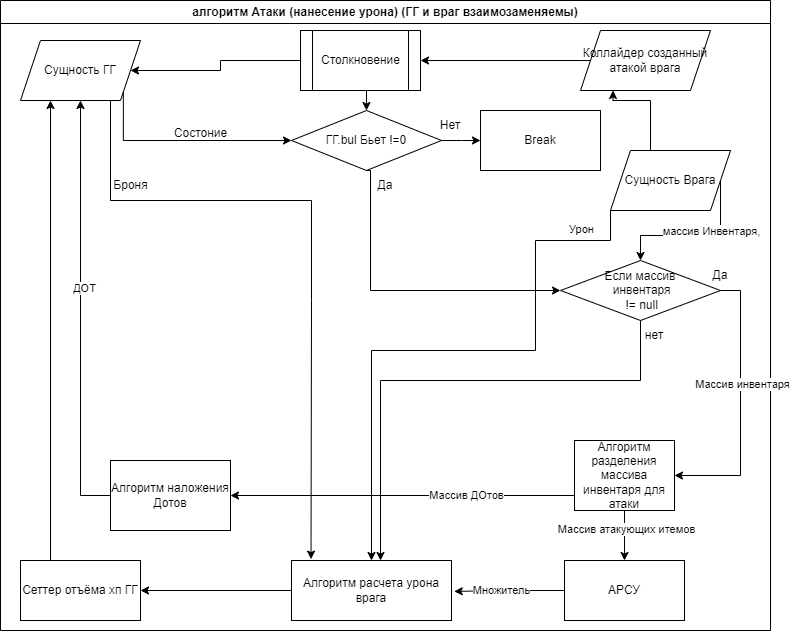
The draw.io diagram Архитектура/Алгоритм атаки.png in alstodont/unityArc, before a commit. Source tidied: cells renumbered, new cells last; positions are measured from the earlier drawing's top-left corner, leaving out a move shared by most shapes.
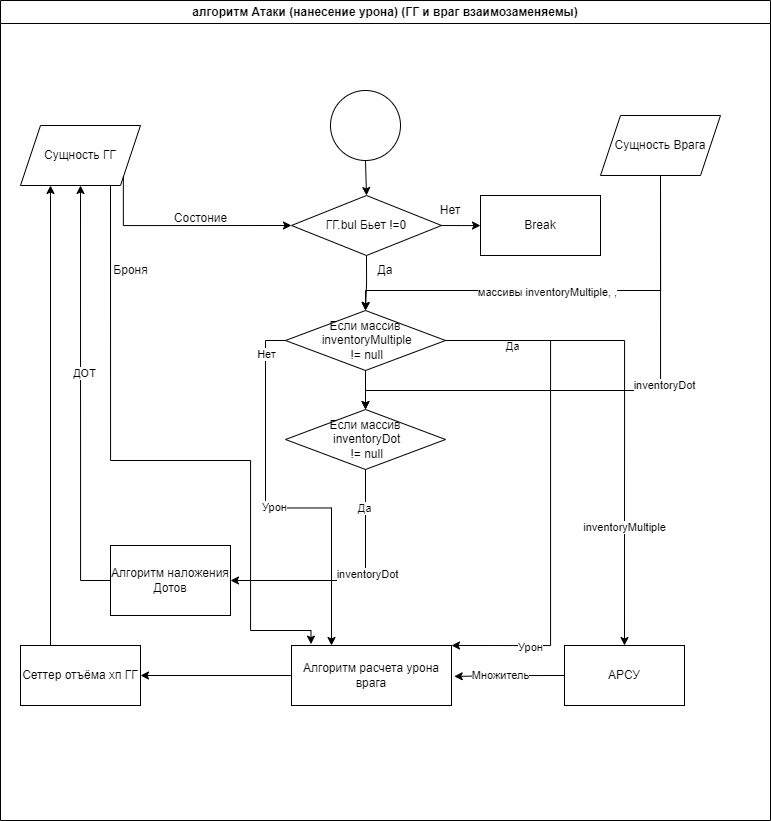
The same file after the commit.

Diff of the diagram source:
```diff
@@ -2,180 +2,179 @@
   <root>
     <mxCell id="0" />
     <mxCell id="1" parent="0" />
-    <mxCell id="2" style="group;" parent="1" vertex="1">
-      <mxGeometry width="770" height="630" as="geometry" />
-    </mxCell>
+    <mxCell id="47" style="group;" parent="1" vertex="1">
+      <mxGeometry x="-600" y="4960" width="770" height="820" as="geometry" />
+    </mxCell>
-    <mxCell id="3" value="алгоритм Атаки (нанесение урона) (ГГ и враг взаимозаменяемы)" style="swimlane;whiteSpace=wrap;html=1;startSize=23;" parent="2" vertex="1">
-      <mxGeometry width="770" height="630" as="geometry" />
+    <mxCell id="3" value="алгоритм Атаки (нанесение урона) (ГГ и враг взаимозаменяемы)" style="swimlane;whiteSpace=wrap;html=1;startSize=23;" parent="47" vertex="1">
+      <mxGeometry width="770" height="820" as="geometry" />
     </mxCell>
-    <mxCell id="4" value="ГГ.bul Бьет !=0" style="shape=rhombus;perimeter=rhombusPerimeter;whiteSpace=wrap;html=1;align=center;" parent="3" vertex="1">
-      <mxGeometry x="291" y="110" width="150" height="60" as="geometry" />
-    </mxCell>
-    <mxCell id="5" value="Да" style="text;html=1;strokeColor=none;fillColor=none;align=center;verticalAlign=middle;whiteSpace=wrap;rounded=0;" parent="3" vertex="1">
-      <mxGeometry x="355" y="170" width="60" height="30" as="geometry" />
-    </mxCell>
-    <mxCell id="6" value="Сущность Врага" style="shape=parallelogram;perimeter=parallelogramPerimeter;whiteSpace=wrap;html=1;fixedSize=1;" parent="3" vertex="1">
-      <mxGeometry x="610" y="150" width="120" height="60" as="geometry" />
-    </mxCell>
-    <mxCell id="7" value="Break" style="rounded=0;whiteSpace=wrap;html=1;" parent="3" vertex="1">
-      <mxGeometry x="480" y="110" width="120" height="60" as="geometry" />
-    </mxCell>
-    <mxCell id="8" style="edgeStyle=orthogonalEdgeStyle;rounded=0;jettySize=auto;html=1;exitX=1;exitY=0.5;exitDx=0;exitDy=0;" parent="3" edge="1" source="4" target="7">
-      <mxGeometry relative="1" as="geometry" />
-    </mxCell>
-    <mxCell id="9" value="Нет" style="text;html=1;strokeColor=none;fillColor=none;align=center;verticalAlign=middle;whiteSpace=wrap;rounded=0;" parent="3" vertex="1">
-      <mxGeometry x="420" y="110" width="60" height="30" as="geometry" />
-    </mxCell>
-    <mxCell id="10" value="Столкновение" style="shape=process;whiteSpace=wrap;html=1;backgroundOutline=1;" parent="2" vertex="1">
-      <mxGeometry x="300" y="30" width="120" height="60" as="geometry" />
-    </mxCell>
+    <mxCell id="48" value="Если массив&lt;br&gt;&amp;nbsp;inventoryMultiple&lt;br&gt;&amp;nbsp;!= null" style="shape=rhombus;perimeter=rhombusPerimeter;whiteSpace=wrap;html=1;align=center;" parent="3" vertex="1">
+      <mxGeometry x="285" y="310" width="160" height="60" as="geometry" />
+    </mxCell>
+    <mxCell id="49" value="Если массив&lt;br&gt;&amp;nbsp;inventoryDot&lt;br&gt;&amp;nbsp;!= null" style="shape=rhombus;perimeter=rhombusPerimeter;whiteSpace=wrap;html=1;align=center;" parent="3" vertex="1">
+      <mxGeometry x="285" y="409" width="160" height="60" as="geometry" />
+    </mxCell>
+    <mxCell id="50" style="edgeStyle=orthogonalEdgeStyle;rounded=0;jettySize=auto;html=1;exitX=0.5;exitY=1;exitDx=0;exitDy=0;" parent="3" edge="1" source="48" target="49">
+      <mxGeometry relative="1" as="geometry" />
+    </mxCell>
+    <mxCell id="51" style="ellipse;whiteSpace=wrap;html=1;" parent="3" vertex="1">
+      <mxGeometry x="330" y="90" width="70" height="70" as="geometry" />
+    </mxCell>
-    <mxCell id="11" value="Сущность ГГ" style="shape=parallelogram;perimeter=parallelogramPerimeter;whiteSpace=wrap;html=1;fixedSize=1;" parent="2" vertex="1">
-      <mxGeometry x="20" y="40" width="120" height="60" as="geometry" />
+    <mxCell id="11" value="Сущность ГГ" style="shape=parallelogram;perimeter=parallelogramPerimeter;whiteSpace=wrap;html=1;fixedSize=1;" parent="3" vertex="1">
+      <mxGeometry x="20" y="125" width="120" height="60" as="geometry" />
     </mxCell>
-    <mxCell id="12" style="edgeStyle=orthogonalEdgeStyle;rounded=0;jettySize=auto;html=1;exitX=0;exitY=0.5;exitDx=0;exitDy=0;entryX=1;entryY=0.5;entryDx=0;entryDy=0;" parent="2" edge="1" source="10" target="11">
-      <mxGeometry relative="1" as="geometry" />
-    </mxCell>
-    <mxCell id="13" style="edgeStyle=orthogonalEdgeStyle;rounded=0;jettySize=auto;html=1;exitX=0;exitY=0.5;exitDx=0;exitDy=0;entryX=1;entryY=0.5;entryDx=0;entryDy=0;" parent="2" edge="1" source="14" target="10">
-      <mxGeometry relative="1" as="geometry" />
-    </mxCell>
-    <mxCell id="14" value="Коллайдер созданный атакой врага" style="shape=parallelogram;perimeter=parallelogramPerimeter;whiteSpace=wrap;html=1;fixedSize=1;" parent="2" vertex="1">
-      <mxGeometry x="580" y="30" width="130" height="60" as="geometry" />
-    </mxCell>
-    <mxCell id="15" style="edgeStyle=orthogonalEdgeStyle;rounded=0;jettySize=auto;html=1;exitX=0.25;exitY=0;exitDx=0;exitDy=0;entryX=0.25;entryY=1;entryDx=0;entryDy=0;" parent="2" edge="1" source="21" target="11">
+    <mxCell id="15" style="edgeStyle=orthogonalEdgeStyle;rounded=0;jettySize=auto;html=1;exitX=0.25;exitY=0;exitDx=0;exitDy=0;entryX=0.25;entryY=1;entryDx=0;entryDy=0;" parent="3" edge="1" source="21" target="11">
       <mxGeometry relative="1" as="geometry" />
     </mxCell>
-    <mxCell id="16" style="edgeStyle=orthogonalEdgeStyle;rounded=0;jettySize=auto;html=1;exitX=0;exitY=0.5;exitDx=0;exitDy=0;entryX=0.5;entryY=1;entryDx=0;entryDy=0;" parent="2" edge="1" source="28" target="11">
+    <mxCell id="16" style="edgeStyle=orthogonalEdgeStyle;rounded=0;jettySize=auto;html=1;exitX=0;exitY=0.5;exitDx=0;exitDy=0;entryX=0.5;entryY=1;entryDx=0;entryDy=0;" parent="3" edge="1" source="28" target="11">
       <mxGeometry relative="1" as="geometry" />
     </mxCell>
     <mxCell id="17" value="ДОТ" style="edgeLabel;html=1;align=center;verticalAlign=middle;" parent="16" vertex="1">
       <mxGeometry x="0.12" y="-3" relative="1" as="geometry" />
     </mxCell>
-    <mxCell id="18" value="Броня" style="text;html=1;align=center;verticalAlign=middle;strokeColor=none;fillColor=none;" parent="2" vertex="1">
-      <mxGeometry x="100" y="170" width="60" height="30" as="geometry" />
+    <mxCell id="18" value="Броня" style="text;html=1;align=center;verticalAlign=middle;strokeColor=none;fillColor=none;" parent="3" vertex="1">
+      <mxGeometry x="100" y="255" width="60" height="30" as="geometry" />
     </mxCell>
-    <mxCell id="19" style="edgeStyle=orthogonalEdgeStyle;rounded=0;jettySize=auto;html=1;exitX=1;exitY=0;exitDx=0;exitDy=0;entryX=0.25;entryY=1;entryDx=0;entryDy=0;" parent="2" edge="1" source="6" target="14">
-      <mxGeometry relative="1" as="geometry">
-        <Array as="points">
-          <mxPoint x="650" y="100" />
-          <mxPoint x="613" y="100" />
-        </Array>
-      </mxGeometry>
-    </mxCell>
-    <mxCell id="20" value="Состоние" style="text;html=1;align=center;verticalAlign=middle;strokeColor=none;fillColor=none;" parent="2" vertex="1">
-      <mxGeometry x="160" y="118" width="80" height="30" as="geometry" />
+    <mxCell id="20" value="Состоние" style="text;html=1;align=center;verticalAlign=middle;strokeColor=none;fillColor=none;" parent="3" vertex="1">
+      <mxGeometry x="160" y="203" width="80" height="30" as="geometry" />
     </mxCell>
-    <mxCell id="21" value="Сеттер отъёма хп ГГ" style="rounded=0;whiteSpace=wrap;html=1;" parent="2" vertex="1">
-      <mxGeometry x="20" y="560" width="120" height="60" as="geometry" />
+    <mxCell id="21" value="Сеттер отъёма хп ГГ" style="rounded=0;whiteSpace=wrap;html=1;" parent="3" vertex="1">
+      <mxGeometry x="20" y="645" width="120" height="60" as="geometry" />
     </mxCell>
-    <mxCell id="22" value="Алгоритм расчета урона врага" style="rounded=0;whiteSpace=wrap;html=1;" parent="2" vertex="1">
-      <mxGeometry x="291" y="560" width="160" height="60" as="geometry" />
+    <mxCell id="22" value="Алгоритм расчета урона врага" style="rounded=0;whiteSpace=wrap;html=1;" parent="3" vertex="1">
+      <mxGeometry x="291" y="645" width="160" height="60" as="geometry" />
     </mxCell>
-    <mxCell id="23" style="edgeStyle=orthogonalEdgeStyle;rounded=0;jettySize=auto;html=1;exitX=0.75;exitY=1;exitDx=0;exitDy=0;entryX=0.122;entryY=-0.023;entryDx=0;entryDy=0;entryPerimeter=0;" parent="2" edge="1" source="11" target="22">
+    <mxCell id="23" style="edgeStyle=orthogonalEdgeStyle;rounded=0;jettySize=auto;html=1;exitX=0.75;exitY=1;exitDx=0;exitDy=0;entryX=0.122;entryY=-0.023;entryDx=0;entryDy=0;entryPerimeter=0;" parent="3" edge="1" source="11" target="22">
       <mxGeometry relative="1" as="geometry">
         <Array as="points">
-          <mxPoint x="110" y="200" />
-          <mxPoint x="311" y="200" />
-          <mxPoint x="311" y="299" />
+          <mxPoint x="110" y="460" />
+          <mxPoint x="250" y="460" />
+          <mxPoint x="250" y="630" />
+          <mxPoint x="311" y="630" />
         </Array>
       </mxGeometry>
     </mxCell>
-    <mxCell id="24" style="edgeStyle=orthogonalEdgeStyle;rounded=0;jettySize=auto;html=1;exitX=0;exitY=0.5;exitDx=0;exitDy=0;entryX=1;entryY=0.5;entryDx=0;entryDy=0;" parent="2" edge="1" source="22" target="21">
+    <mxCell id="24" style="edgeStyle=orthogonalEdgeStyle;rounded=0;jettySize=auto;html=1;exitX=0;exitY=0.5;exitDx=0;exitDy=0;entryX=1;entryY=0.5;entryDx=0;entryDy=0;" parent="3" edge="1" source="22" target="21">
       <mxGeometry relative="1" as="geometry" />
     </mxCell>
-    <mxCell id="25" value="АРСУ" style="rounded=0;whiteSpace=wrap;html=1;" parent="2" vertex="1">
-      <mxGeometry x="564" y="560" width="120" height="60" as="geometry" />
+    <mxCell id="25" value="АРСУ" style="rounded=0;whiteSpace=wrap;html=1;" parent="3" vertex="1">
+      <mxGeometry x="564" y="645" width="120" height="60" as="geometry" />
     </mxCell>
-    <mxCell id="26" style="edgeStyle=orthogonalEdgeStyle;rounded=0;jettySize=auto;html=1;exitX=0;exitY=0.5;exitDx=0;exitDy=0;entryX=1.017;entryY=0.515;entryDx=0;entryDy=0;entryPerimeter=0;" parent="2" edge="1" source="25" target="22">
+    <mxCell id="26" style="edgeStyle=orthogonalEdgeStyle;rounded=0;jettySize=auto;html=1;exitX=0;exitY=0.5;exitDx=0;exitDy=0;entryX=1.017;entryY=0.515;entryDx=0;entryDy=0;entryPerimeter=0;" parent="3" edge="1" source="25" target="22">
       <mxGeometry relative="1" as="geometry" />
     </mxCell>
     <mxCell id="27" value="Множитель" style="edgeLabel;html=1;align=center;verticalAlign=middle;" parent="26" vertex="1">
       <mxGeometry x="0.17" y="-2" relative="1" as="geometry" />
     </mxCell>
-    <mxCell id="28" value="Алгоритм наложения Дотов" style="rounded=0;whiteSpace=wrap;html=1;" parent="2" vertex="1">
-      <mxGeometry x="110" y="460" width="120" height="70" as="geometry" />
+    <mxCell id="28" value="Алгоритм наложения Дотов" style="rounded=0;whiteSpace=wrap;html=1;" parent="3" vertex="1">
+      <mxGeometry x="110" y="545" width="120" height="70" as="geometry" />
     </mxCell>
-    <mxCell id="29" value="Алгоритм разделения массива инвентаря для атаки" style="rounded=0;whiteSpace=wrap;html=1;" parent="2" vertex="1">
-      <mxGeometry x="574" y="440" width="100" height="70" as="geometry" />
-    </mxCell>
-    <mxCell id="30" style="edgeStyle=orthogonalEdgeStyle;rounded=0;jettySize=auto;html=1;exitX=0.5;exitY=1;exitDx=0;exitDy=0;entryX=0.5;entryY=0;entryDx=0;entryDy=0;" parent="2" edge="1" source="29" target="25">
-      <mxGeometry relative="1" as="geometry" />
-    </mxCell>
-    <mxCell id="31" value="Массив атакующих итемов" style="edgeLabel;html=1;align=center;verticalAlign=middle;" parent="30" vertex="1">
-      <mxGeometry x="-0.26" y="1" relative="1" as="geometry" />
-    </mxCell>
-    <mxCell id="32" style="edgeStyle=orthogonalEdgeStyle;rounded=0;jettySize=auto;html=1;exitX=0;exitY=0.75;exitDx=0;exitDy=0;entryX=1;entryY=0.5;entryDx=0;entryDy=0;" parent="2" edge="1" source="29" target="28">
-      <mxGeometry relative="1" as="geometry">
-        <Array as="points">
-          <mxPoint x="574" y="495" />
-        </Array>
-      </mxGeometry>
-    </mxCell>
-    <mxCell id="33" value="Массив ДОтов" style="edgeLabel;html=1;align=center;verticalAlign=middle;" parent="32" vertex="1">
-      <mxGeometry x="-0.35" y="-1" relative="1" as="geometry" />
-    </mxCell>
-    <mxCell id="34" style="edgeStyle=orthogonalEdgeStyle;rounded=0;jettySize=auto;html=1;exitX=0;exitY=1;exitDx=0;exitDy=0;entryX=0.5;entryY=0;entryDx=0;entryDy=0;" parent="2" edge="1" source="6" target="22">
-      <mxGeometry relative="1" as="geometry">
-        <Array as="points">
-          <mxPoint x="610" y="240" />
-          <mxPoint x="535" y="240" />
-          <mxPoint x="535" y="350" />
-          <mxPoint x="371" y="350" />
-        </Array>
-      </mxGeometry>
-    </mxCell>
-    <mxCell id="35" value="Урон" style="edgeLabel;html=1;align=center;verticalAlign=middle;" parent="34" vertex="1">
-      <mxGeometry x="-0.63" relative="1" as="geometry">
-        <mxPoint x="45" y="-15" as="offset" />
-      </mxGeometry>
-    </mxCell>
-    <mxCell id="36" value="Если массив&lt;br&gt;&amp;nbsp;инвентаря&lt;br&gt;&amp;nbsp;!= null" style="shape=rhombus;perimeter=rhombusPerimeter;whiteSpace=wrap;html=1;align=center;" parent="2" vertex="1">
-      <mxGeometry x="560" y="260" width="160" height="60" as="geometry" />
-    </mxCell>
-    <mxCell id="37" style="edgeStyle=orthogonalEdgeStyle;rounded=0;jettySize=auto;html=1;exitX=0.5;exitY=1;exitDx=0;exitDy=0;" parent="2" edge="1" source="36" target="22">
-      <mxGeometry relative="1" as="geometry">
-        <Array as="points">
-          <mxPoint x="640" y="380" />
-          <mxPoint x="380" y="380" />
-        </Array>
-      </mxGeometry>
-    </mxCell>
-    <mxCell id="38" style="edgeStyle=orthogonalEdgeStyle;rounded=0;jettySize=auto;html=1;exitX=1;exitY=0.5;exitDx=0;exitDy=0;entryX=1;entryY=0.5;entryDx=0;entryDy=0;" parent="2" edge="1" source="36" target="29">
-      <mxGeometry relative="1" as="geometry" />
-    </mxCell>
-    <mxCell id="39" value="Массив инвентаря" style="edgeLabel;html=1;align=center;verticalAlign=middle;" parent="38" vertex="1">
-      <mxGeometry x="-0.16" y="1" relative="1" as="geometry" />
-    </mxCell>
-    <mxCell id="40" style="edgeStyle=orthogonalEdgeStyle;rounded=0;jettySize=auto;html=1;exitX=1;exitY=0.5;exitDx=0;exitDy=0;" parent="2" edge="1" source="6" target="36">
-      <mxGeometry relative="1" as="geometry" />
-    </mxCell>
-    <mxCell id="41" value="массив Инвентаря," style="edgeLabel;html=1;align=center;verticalAlign=middle;" parent="40" vertex="1">
-      <mxGeometry x="-0.39" y="-1" relative="1" as="geometry">
-        <mxPoint x="-9" y="2" as="offset" />
-      </mxGeometry>
-    </mxCell>
-    <mxCell id="42" value="Да" style="text;html=1;strokeColor=none;fillColor=none;align=center;verticalAlign=middle;whiteSpace=wrap;rounded=0;" parent="2" vertex="1">
-      <mxGeometry x="690" y="260" width="60" height="30" as="geometry" />
-    </mxCell>
-    <mxCell id="43" value="нет" style="text;html=1;strokeColor=none;fillColor=none;align=center;verticalAlign=middle;whiteSpace=wrap;rounded=0;" parent="2" vertex="1">
-      <mxGeometry x="624" y="320" width="60" height="30" as="geometry" />
-    </mxCell>
-    <mxCell id="44" style="edgeStyle=orthogonalEdgeStyle;rounded=0;jettySize=auto;html=1;exitX=0.5;exitY=1;exitDx=0;exitDy=0;entryX=0;entryY=0.5;entryDx=0;entryDy=0;" parent="2" edge="1" source="4" target="36">
-      <mxGeometry relative="1" as="geometry">
-        <Array as="points">
-          <mxPoint x="370" y="170" />
-          <mxPoint x="370" y="290" />
-        </Array>
-      </mxGeometry>
-    </mxCell>
-    <mxCell id="45" style="edgeStyle=orthogonalEdgeStyle;rounded=0;jettySize=auto;html=1;exitX=0.5;exitY=1;exitDx=0;exitDy=0;entryX=0.5;entryY=0;entryDx=0;entryDy=0;" parent="2" edge="1" source="10" target="4">
-      <mxGeometry relative="1" as="geometry" />
-    </mxCell>
+    <mxCell id="52" style="edgeStyle=orthogonalEdgeStyle;rounded=0;jettySize=auto;html=1;entryX=0.5;entryY=0;entryDx=0;entryDy=0;exitX=1;exitY=0.5;exitDx=0;exitDy=0;" parent="3" edge="1" source="48" target="25">
+      <mxGeometry relative="1" as="geometry">
+        <Array as="points">
+          <mxPoint x="624" y="340" />
+        </Array>
+      </mxGeometry>
+    </mxCell>
+    <mxCell id="53" value="Да" style="edgeLabel;html=1;align=center;verticalAlign=middle;" parent="52" vertex="1">
+      <mxGeometry x="-0.41" y="-1" relative="1" as="geometry">
+        <mxPoint x="-76" y="4" as="offset" />
+      </mxGeometry>
+    </mxCell>
+    <mxCell id="54" value="inventoryMultiple" style="edgeLabel;html=1;align=center;verticalAlign=middle;" parent="52" vertex="1">
+      <mxGeometry x="0.16" y="-1" relative="1" as="geometry">
+        <mxPoint y="84" as="offset" />
+      </mxGeometry>
+    </mxCell>
-    <mxCell id="46" style="edgeStyle=orthogonalEdgeStyle;rounded=0;jettySize=auto;html=1;exitX=1;exitY=1;exitDx=0;exitDy=0;entryX=0;entryY=0.5;entryDx=0;entryDy=0;" parent="2" edge="1" source="11" target="4">
+    <mxCell id="46" style="edgeStyle=orthogonalEdgeStyle;rounded=0;jettySize=auto;html=1;exitX=1;exitY=1;exitDx=0;exitDy=0;entryX=0;entryY=0.5;entryDx=0;entryDy=0;" parent="3" edge="1" source="11" target="4">
       <mxGeometry relative="1" as="geometry">
         <Array as="points">
-          <mxPoint x="123" y="140" />
+          <mxPoint x="123" y="225" />
         </Array>
       </mxGeometry>
     </mxCell>
+    <mxCell id="55" style="edgeStyle=orthogonalEdgeStyle;rounded=0;jettySize=auto;html=1;exitX=0.5;exitY=1;exitDx=0;exitDy=0;entryX=1;entryY=0.5;entryDx=0;entryDy=0;" parent="3" edge="1" source="49" target="28">
+      <mxGeometry relative="1" as="geometry" />
+    </mxCell>
+    <mxCell id="56" value="Да" style="edgeLabel;html=1;align=center;verticalAlign=middle;" parent="55" vertex="1">
+      <mxGeometry x="-0.68" y="-2" relative="1" as="geometry" />
+    </mxCell>
+    <mxCell id="57" value="inventoryDot" style="edgeLabel;html=1;align=center;verticalAlign=middle;" parent="55" vertex="1">
+      <mxGeometry x="-0.16" y="1" relative="1" as="geometry" />
+    </mxCell>
+    <mxCell id="58" style="edgeStyle=orthogonalEdgeStyle;rounded=0;jettySize=auto;html=1;exitX=0;exitY=0.5;exitDx=0;exitDy=0;entryX=0.25;entryY=0;entryDx=0;entryDy=0;" parent="3" edge="1" source="48" target="22">
+      <mxGeometry relative="1" as="geometry" />
+    </mxCell>
+    <mxCell id="59" value="Нет" style="edgeLabel;html=1;align=center;verticalAlign=middle;" parent="58" vertex="1">
+      <mxGeometry x="-0.83" y="-1" relative="1" as="geometry">
+        <mxPoint x="1" as="offset" />
+      </mxGeometry>
+    </mxCell>
+    <mxCell id="60" value="Урон" style="edgeLabel;html=1;align=center;verticalAlign=middle;" parent="58" vertex="1">
+      <mxGeometry relative="1" as="geometry">
+        <mxPoint y="-1" as="offset" />
+      </mxGeometry>
+    </mxCell>
+    <mxCell id="61" style="edgeStyle=orthogonalEdgeStyle;rounded=0;jettySize=auto;html=1;exitX=0.5;exitY=1;exitDx=0;exitDy=0;entryX=0.5;entryY=0;entryDx=0;entryDy=0;" parent="3" edge="1" source="4" target="48">
+      <mxGeometry relative="1" as="geometry" />
+    </mxCell>
+    <mxCell id="4" value="ГГ.bul Бьет !=0" style="shape=rhombus;perimeter=rhombusPerimeter;whiteSpace=wrap;html=1;align=center;" parent="3" vertex="1">
+      <mxGeometry x="291" y="195" width="150" height="60" as="geometry" />
+    </mxCell>
+    <mxCell id="62" value="Да" style="text;html=1;strokeColor=none;fillColor=none;align=center;verticalAlign=middle;whiteSpace=wrap;rounded=0;" parent="3" vertex="1">
+      <mxGeometry x="355" y="255" width="60" height="30" as="geometry" />
+    </mxCell>
+    <mxCell id="6" value="Сущность Врага" style="shape=parallelogram;perimeter=parallelogramPerimeter;whiteSpace=wrap;html=1;fixedSize=1;" parent="3" vertex="1">
+      <mxGeometry x="600" y="115" width="120" height="60" as="geometry" />
+    </mxCell>
+    <mxCell id="7" value="Break" style="rounded=0;whiteSpace=wrap;html=1;" parent="3" vertex="1">
+      <mxGeometry x="480" y="195" width="120" height="60" as="geometry" />
+    </mxCell>
+    <mxCell id="8" style="edgeStyle=orthogonalEdgeStyle;rounded=0;jettySize=auto;html=1;exitX=1;exitY=0.5;exitDx=0;exitDy=0;" parent="3" edge="1" source="4" target="7">
+      <mxGeometry relative="1" as="geometry" />
+    </mxCell>
+    <mxCell id="9" value="Нет" style="text;html=1;strokeColor=none;fillColor=none;align=center;verticalAlign=middle;whiteSpace=wrap;rounded=0;" parent="3" vertex="1">
+      <mxGeometry x="420" y="195" width="60" height="30" as="geometry" />
+    </mxCell>
+    <mxCell id="63" style="edgeStyle=orthogonalEdgeStyle;rounded=0;jettySize=auto;html=1;exitX=0.5;exitY=1;exitDx=0;exitDy=0;entryX=0.5;entryY=0;entryDx=0;entryDy=0;" parent="3" edge="1" source="6" target="48">
+      <mxGeometry relative="1" as="geometry">
+        <Array as="points">
+          <mxPoint x="660" y="290" />
+          <mxPoint x="365" y="290" />
+        </Array>
+      </mxGeometry>
+    </mxCell>
+    <mxCell id="64" value="массивы&amp;nbsp;inventoryMultiple, ," style="edgeLabel;html=1;align=center;verticalAlign=middle;" parent="63" vertex="1">
+      <mxGeometry x="-0.39" y="-1" relative="1" as="geometry">
+        <mxPoint x="-98" y="2" as="offset" />
+      </mxGeometry>
+    </mxCell>
+    <mxCell id="65" style="edgeStyle=orthogonalEdgeStyle;rounded=0;jettySize=auto;html=1;exitX=0.5;exitY=1;exitDx=0;exitDy=0;entryX=0.5;entryY=0;entryDx=0;entryDy=0;" parent="3" edge="1" source="6" target="49">
+      <mxGeometry relative="1" as="geometry">
+        <Array as="points">
+          <mxPoint x="660" y="390" />
+          <mxPoint x="365" y="390" />
+        </Array>
+      </mxGeometry>
+    </mxCell>
+    <mxCell id="66" value="inventoryDot" style="edgeLabel;html=1;align=center;verticalAlign=middle;" parent="65" vertex="1">
+      <mxGeometry x="-0.21" y="2" relative="1" as="geometry">
+        <mxPoint x="1" as="offset" />
+      </mxGeometry>
+    </mxCell>
+    <mxCell id="67" style="edgeStyle=orthogonalEdgeStyle;rounded=0;jettySize=auto;html=1;exitX=1;exitY=0.5;exitDx=0;exitDy=0;entryX=1;entryY=0;entryDx=0;entryDy=0;" parent="3" edge="1" source="48" target="22">
+      <mxGeometry relative="1" as="geometry">
+        <Array as="points">
+          <mxPoint x="550" y="340" />
+          <mxPoint x="550" y="645" />
+        </Array>
+      </mxGeometry>
+    </mxCell>
+    <mxCell id="68" value="Урон" style="edgeLabel;html=1;align=center;verticalAlign=middle;" parent="67" vertex="1">
+      <mxGeometry x="0.69" y="1" relative="1" as="geometry" />
+    </mxCell>
+    <mxCell id="69" style="edgeStyle=orthogonalEdgeStyle;rounded=0;jettySize=auto;html=1;exitX=0.5;exitY=1;exitDx=0;exitDy=0;entryX=0.5;entryY=0;entryDx=0;entryDy=0;" parent="3" edge="1" source="51" target="4">
+      <mxGeometry relative="1" as="geometry" />
+    </mxCell>
   </root>
 </mxGraphModel>
```
